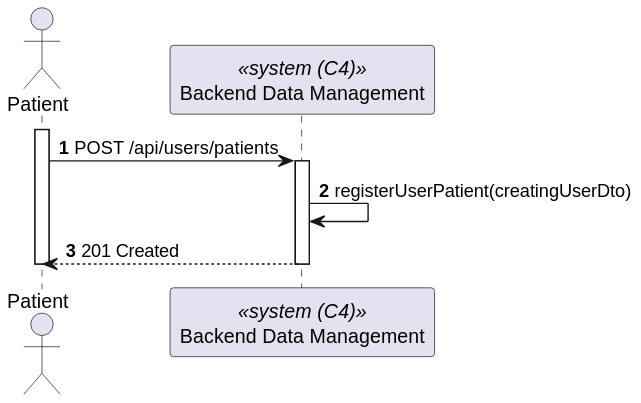
This is docs/sprint-a/us-5.1.3/views/level2/process-view.svg from 1220846/sem5pi-24-25-3ddg20, a PlantUML export, as it was before one commit.
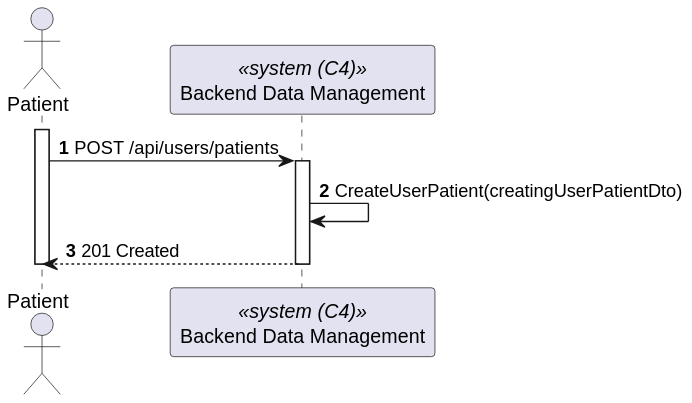
Later version of the same file.

Diff of the diagram source:
```diff
@@ -8,7 +8,7 @@
     Patient -> BackendDataManagement : POST /api/users/patients
     activate BackendDataManagement
 
-        BackendDataManagement -> BackendDataManagement : registerUserPatient(creatingUserDto)
+        BackendDataManagement -> BackendDataManagement : CreateUserPatient(creatingUserPatientDto)
 
         Patient <-- BackendDataManagement : 201 Created
     deactivate BackendDataManagement
```
